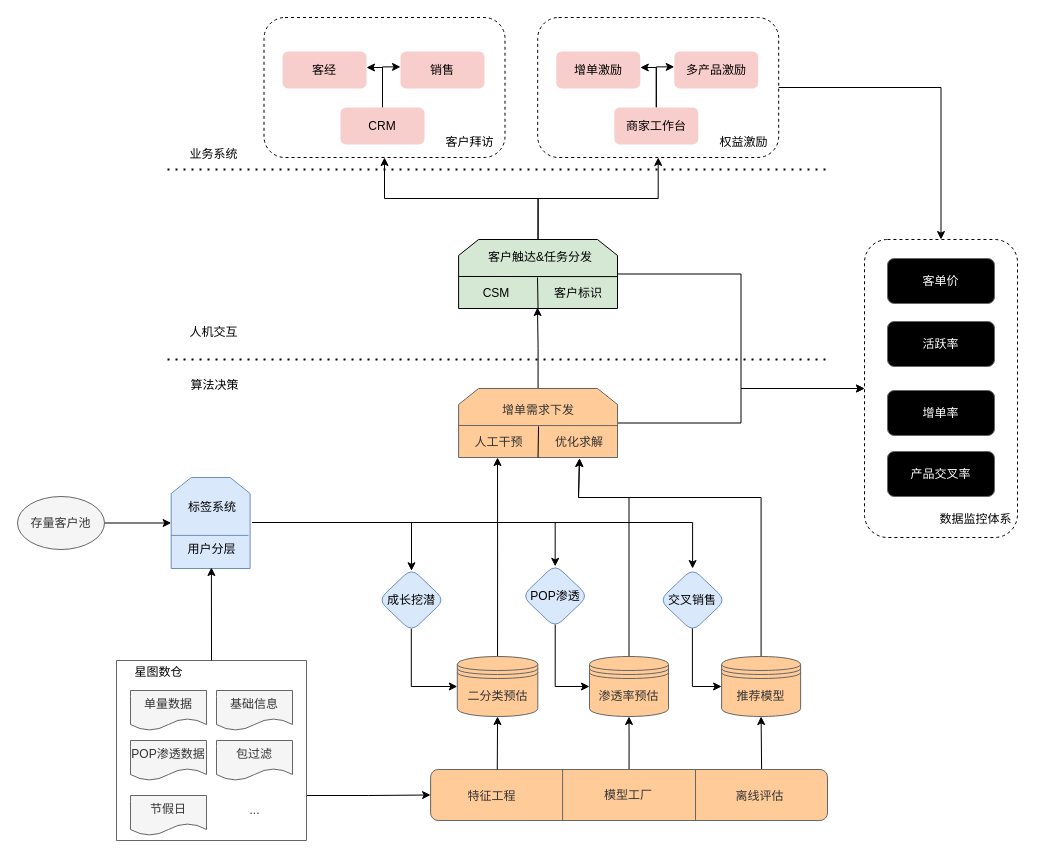
JintaiYang/drawio keeps this draw.io diagram as 增单.drawio. Above is the earlier version. Source tidied: cells renumbered, new cells numbered last; positions are measured from the earlier drawing's top-left corner, leaving out a move shared by most shapes. Both pictures are drawn from the tidied source at 100%, with x=0, y=0 at pixel (17, 17).
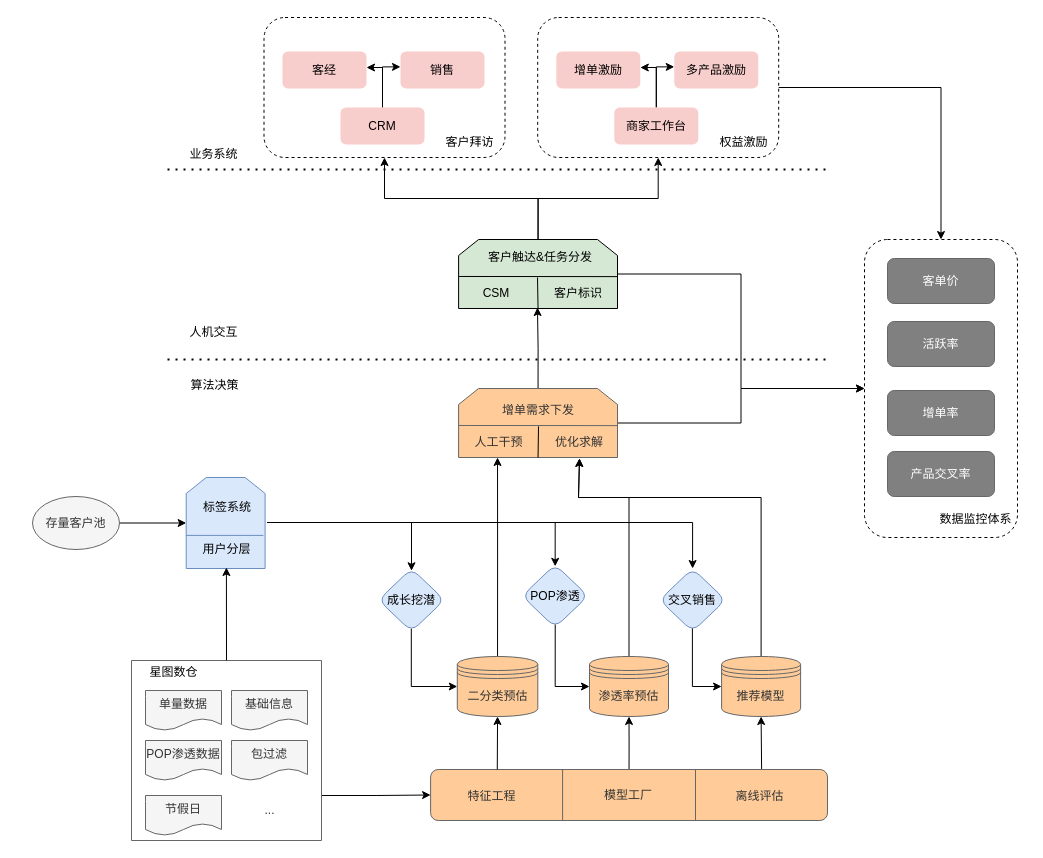
Above is the later version.

Diff of the diagram source:
```diff
@@
     <mxCell id="5" style="swimlane;startSize=0;rounded=1;arcSize=38;fillColor=#f5f5f5;fontColor=#333333;strokeColor=#666666;" parent="1" vertex="1">
-      <mxGeometry x="99" y="643" width="190" height="180" as="geometry" />
+      <mxGeometry x="114" y="643" width="190" height="180" as="geometry" />
     </mxCell>
@@
-    <mxCell id="12" value="活跃率" style="rounded=1;whiteSpace=wrap;html=1;fillColor=#000000;fontColor=#FFFFFF;strokeColor=#666666;" parent="1" vertex="1">
+    <mxCell id="12" value="活跃率" style="rounded=1;whiteSpace=wrap;html=1;fillColor=#808080;fontColor=#FFFFFF;strokeColor=#666666;" parent="1" vertex="1">
       <mxGeometry x="870" y="304" width="107" height="45" as="geometry" />
     </mxCell>
@@
     <mxCell id="16" style="shape=loopLimit;whiteSpace=wrap;html=1;rounded=0;sketch=0;size=20;fillColor=#dae8fc;strokeColor=#6c8ebf;" parent="1" vertex="1">
-      <mxGeometry x="153.7" y="460" width="78.9" height="91" as="geometry" />
+      <mxGeometry x="168.7" y="460" width="78.9" height="91" as="geometry" />
     </mxCell>
@@
     <mxCell id="20" value="标签系统" style="text;html=1;strokeColor=none;fillColor=none;align=center;verticalAlign=middle;whiteSpace=wrap;rounded=0;sketch=0;" parent="1" vertex="1">
-      <mxGeometry x="154.6" y="475" width="80" height="30" as="geometry" />
+      <mxGeometry x="169.6" y="475" width="80" height="30" as="geometry" />
     </mxCell>
     <mxCell id="21" style="endArrow=none;html=1;rounded=0;exitX=-0.01;exitY=0.572;exitDx=0;exitDy=0;exitPerimeter=0;fillColor=#dae8fc;strokeColor=#6c8ebf;" parent="1" edge="1">
       <mxGeometry relative="1" as="geometry">
-        <mxPoint x="153.4" y="517.9" as="sourcePoint" />
-        <mxPoint x="230.9" y="517.9" as="targetPoint" />
+        <mxPoint x="168.4" y="517.9" as="sourcePoint" />
+        <mxPoint x="245.9" y="517.9" as="targetPoint" />
       </mxGeometry>
     </mxCell>
     <mxCell id="22" value="用户分层" style="text;html=1;align=center;verticalAlign=middle;strokeColor=none;fillColor=none;" parent="1" vertex="1">
-      <mxGeometry x="159.1" y="517" width="70" height="30" as="geometry" />
+      <mxGeometry x="174.1" y="517" width="70" height="30" as="geometry" />
     </mxCell>
     <mxCell id="23" style="endArrow=classic;html=1;rounded=0;strokeWidth=1;exitX=0.5;exitY=0;exitDx=0;exitDy=0;" parent="1" edge="1" source="5">
       <mxGeometry relative="1" as="geometry">
-        <mxPoint x="193.9" y="550" as="targetPoint" />
+        <mxPoint x="208.9" y="550" as="targetPoint" />
       </mxGeometry>
     </mxCell>
@@
     <mxCell id="38" value="星图数仓" style="text;html=1;align=center;verticalAlign=middle;strokeColor=none;fillColor=none;" parent="1" vertex="1">
-      <mxGeometry x="106" y="640" width="70" height="30" as="geometry" />
+      <mxGeometry x="121" y="640" width="70" height="30" as="geometry" />
     </mxCell>
@@
     <mxCell id="45" value="存量客户池" style="ellipse;whiteSpace=wrap;html=1;fillColor=#f5f5f5;fontColor=#333333;strokeColor=#666666;" parent="1" vertex="1">
-      <mxGeometry y="479" width="87" height="53" as="geometry" />
+      <mxGeometry x="15" y="479" width="87" height="53" as="geometry" />
     </mxCell>
@@
-    <mxCell id="78" value="增单率" style="rounded=1;whiteSpace=wrap;html=1;fillColor=#000000;fontColor=#FFFFFF;strokeColor=#666666;" parent="1" vertex="1">
+    <mxCell id="78" value="增单率" style="rounded=1;whiteSpace=wrap;html=1;fillColor=#808080;fontColor=#FFFFFF;strokeColor=#666666;" parent="1" vertex="1">
       <mxGeometry x="870" y="373" width="107" height="45" as="geometry" />
     </mxCell>
-    <mxCell id="79" value="客单价" style="rounded=1;whiteSpace=wrap;html=1;fillColor=#000000;fontColor=#FFFFFF;strokeColor=#666666;" parent="1" vertex="1">
+    <mxCell id="79" value="客单价" style="rounded=1;whiteSpace=wrap;html=1;fillColor=#808080;fontColor=#FFFFFF;strokeColor=#666666;" parent="1" vertex="1">
       <mxGeometry x="870" y="241" width="107" height="45" as="geometry" />
     </mxCell>
-    <mxCell id="80" value="产品交叉率" style="rounded=1;whiteSpace=wrap;html=1;fillColor=#000000;fontColor=#FFFFFF;strokeColor=#666666;" parent="1" vertex="1">
+    <mxCell id="80" value="产品交叉率" style="rounded=1;whiteSpace=wrap;html=1;fillColor=#808080;fontColor=#FFFFFF;strokeColor=#666666;" parent="1" vertex="1">
       <mxGeometry x="870" y="434" width="107" height="45" as="geometry" />
     </mxCell>
```
